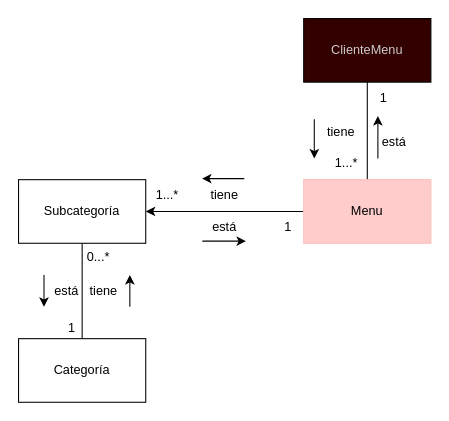
The draw.io diagram page "Menu" (4 of 11) of Restaurante_Disenio.drawio in andrescardo98/doo, before the edit. Source tidied: cells renumbered, new cells numbered last; positions are measured from the earlier drawing's top-left corner, leaving out a move shared by most shapes. Both pictures are drawn from the tidied source at 106%, with x=0, y=0 at pixel (18, 18).
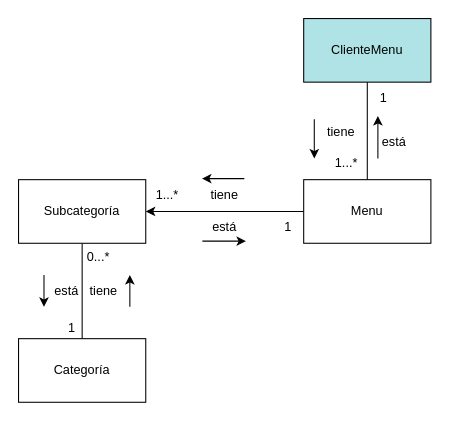
Above is the later version.

What changed in the source:
```diff
@@
-    <mxCell id="2" value="ClienteMenu" style="rounded=0;whiteSpace=wrap;html=1;fillColor=#330000;fontColor=#CCCCCC;" parent="1" vertex="1">
+    <mxCell id="2" value="ClienteMenu" style="rounded=0;whiteSpace=wrap;html=1;fillColor=#B0E3E6;fontColor=#000000;" parent="1" vertex="1">
       <mxGeometry x="269" width="120" height="60" as="geometry" />
     </mxCell>
@@
-    <mxCell id="5" value="Menu" style="rounded=0;whiteSpace=wrap;html=1;fillColor=#FFCCCC;strokeColor=#FFBFBF;" parent="1" vertex="1">
+    <mxCell id="5" value="Menu" style="rounded=0;whiteSpace=wrap;html=1;" parent="1" vertex="1">
       <mxGeometry x="269" y="152" width="120" height="60" as="geometry" />
     </mxCell>
```
